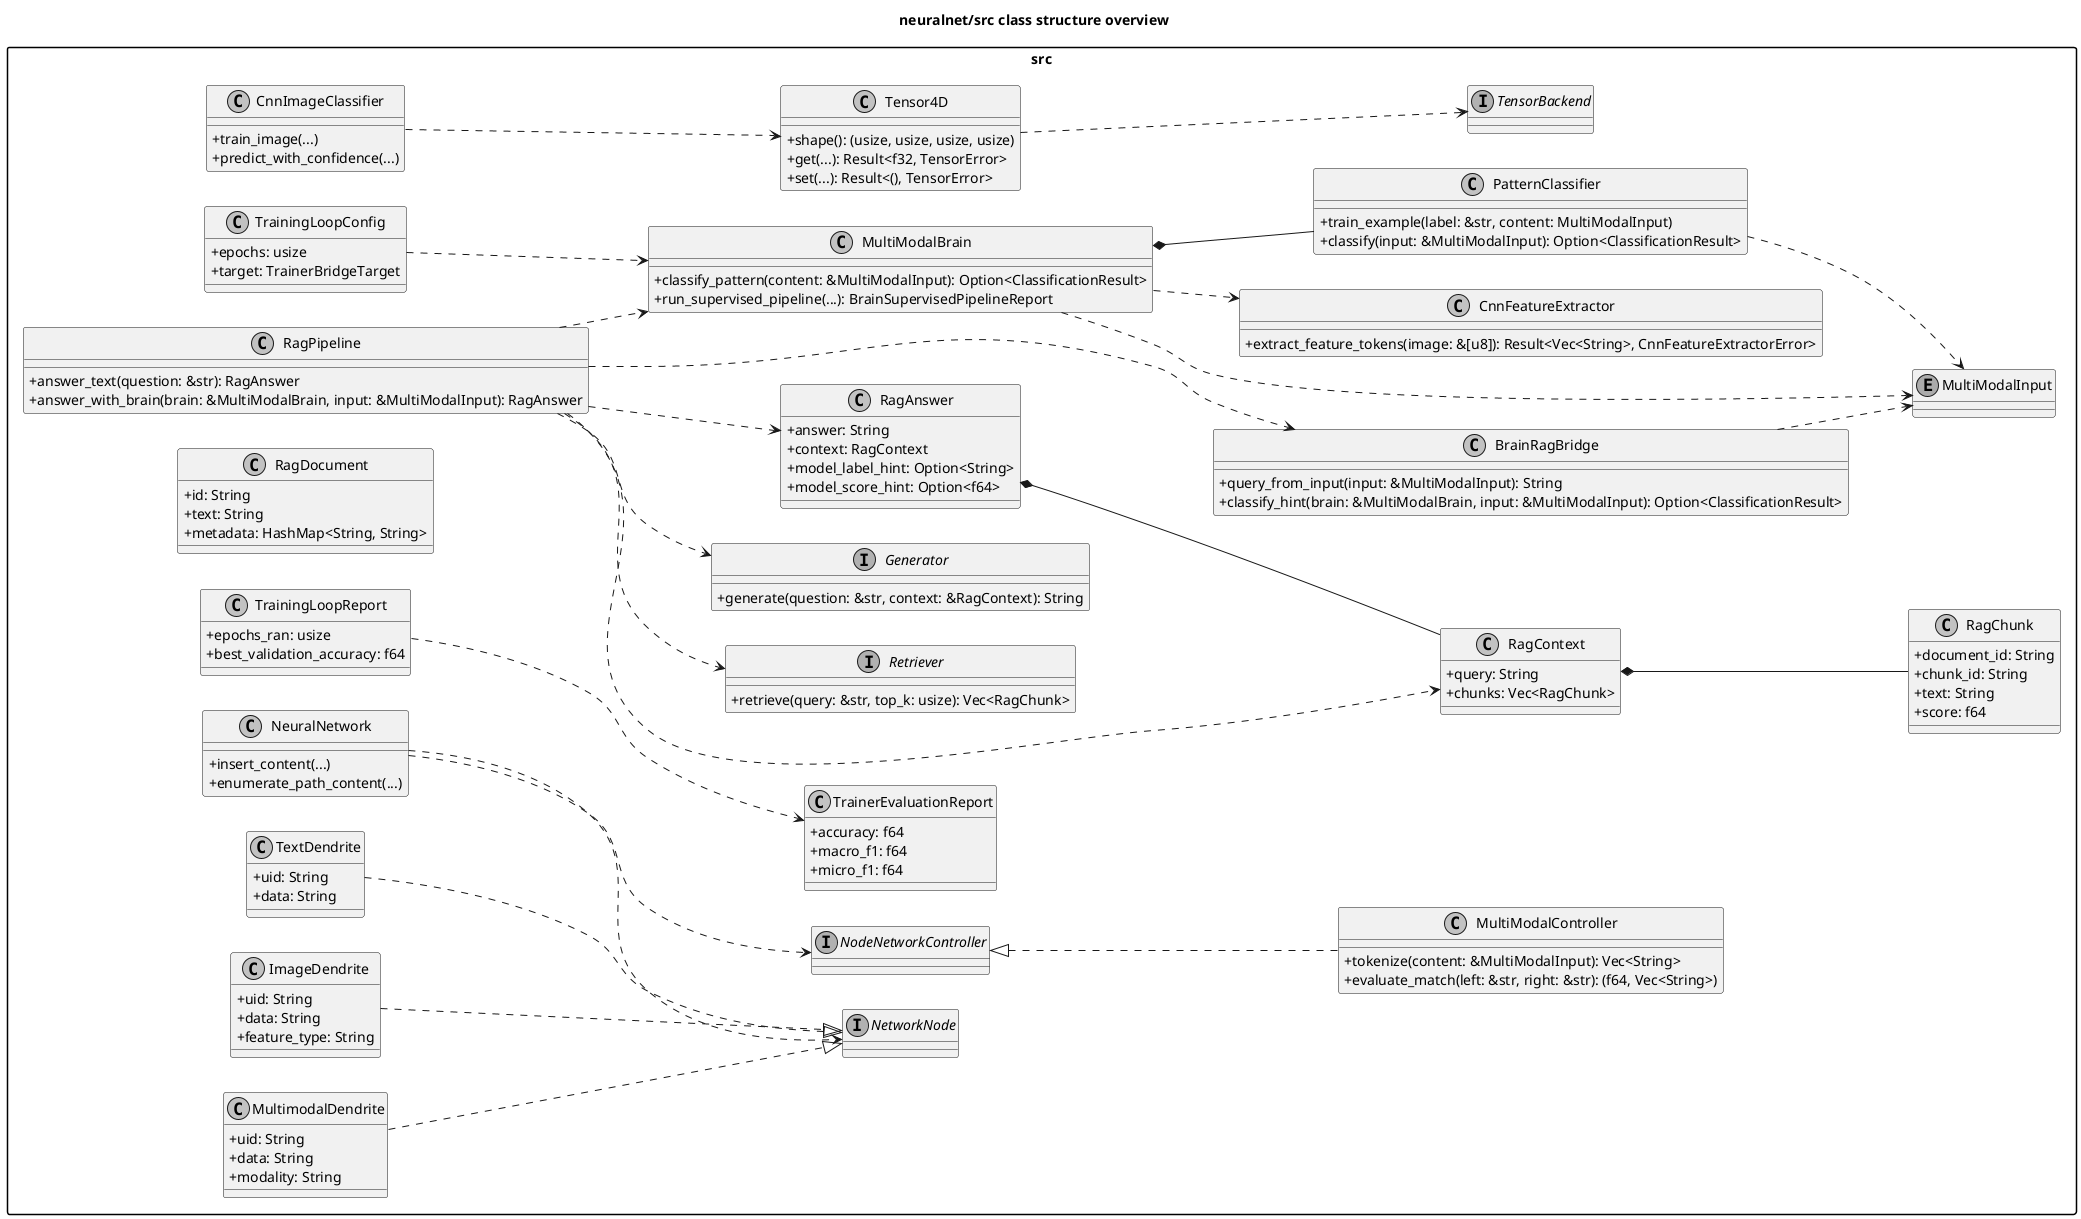
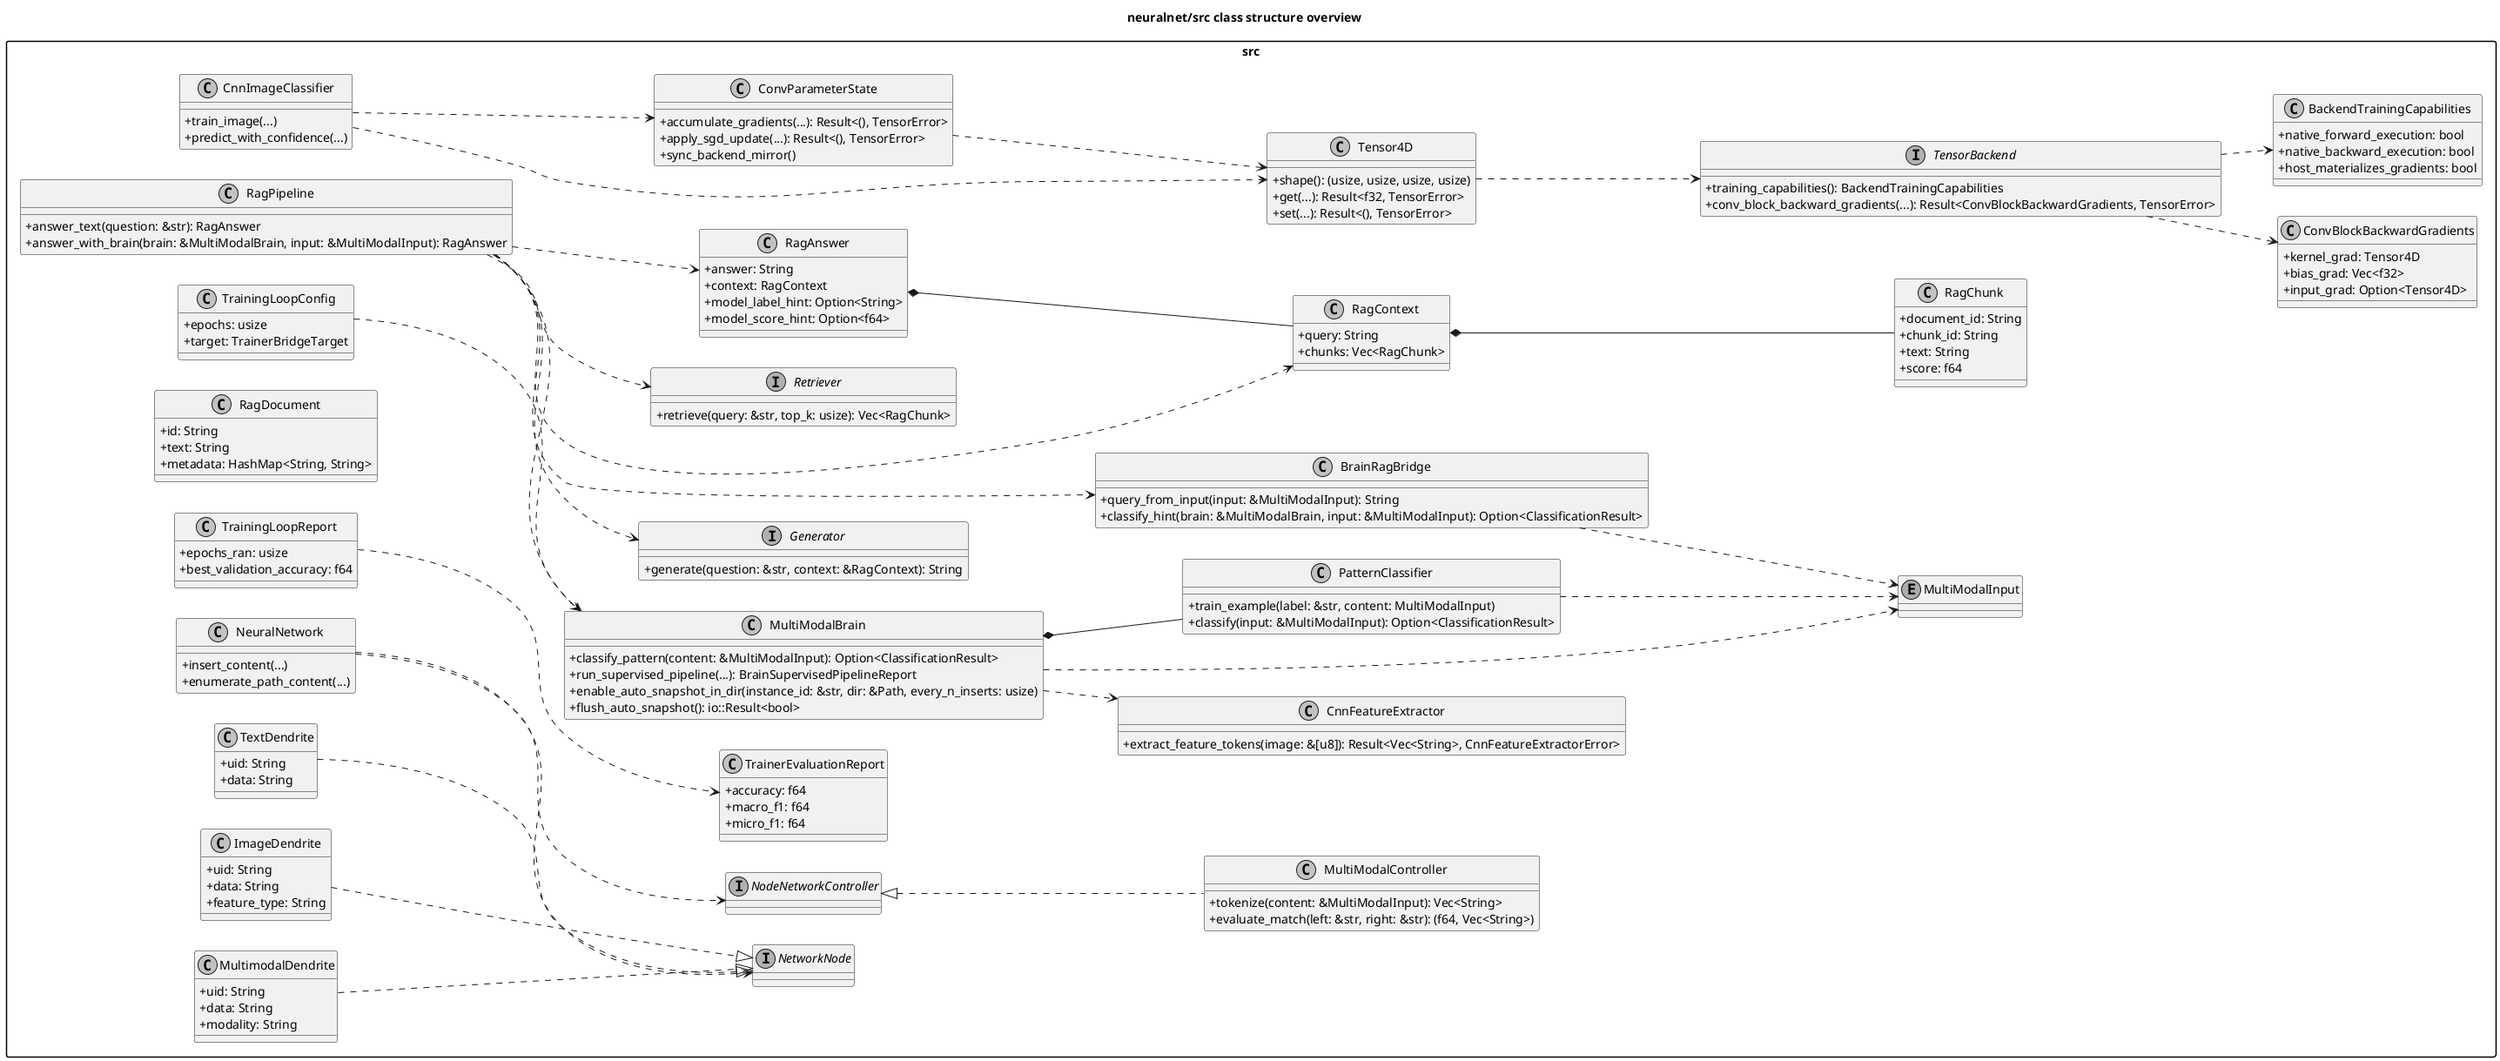
@startuml
left to right direction
skinparam packageStyle rectangle
skinparam shadowing false
skinparam monochrome true
skinparam classAttributeIconSize 0

title neuralnet/src class structure overview

package "src" {
  class MultiModalBrain {
    + classify_pattern(content: &MultiModalInput): Option<ClassificationResult>
    + run_supervised_pipeline(...): BrainSupervisedPipelineReport
+     + enable_auto_snapshot_in_dir(instance_id: &str, dir: &Path, every_n_inserts: usize)
+     + flush_auto_snapshot(): io::Result<bool>
  }

  class NeuralNetwork {
    + insert_content(...)
    + enumerate_path_content(...)
  }

  interface NetworkNode
  interface NodeNetworkController

  class CnnImageClassifier {
    + train_image(...)
    + predict_with_confidence(...)
  }

  class CnnFeatureExtractor {
    + extract_feature_tokens(image: &[u8]): Result<Vec<String>, CnnFeatureExtractorError>
  }

  class PatternClassifier {
    + train_example(label: &str, content: MultiModalInput)
    + classify(input: &MultiModalInput): Option<ClassificationResult>
  }

  class RagPipeline {
    + answer_text(question: &str): RagAnswer
    + answer_with_brain(brain: &MultiModalBrain, input: &MultiModalInput): RagAnswer
  }

  interface Retriever {
    + retrieve(query: &str, top_k: usize): Vec<RagChunk>
  }

  interface Generator {
    + generate(question: &str, context: &RagContext): String
  }

  class BrainRagBridge {
    + query_from_input(input: &MultiModalInput): String
    + classify_hint(brain: &MultiModalBrain, input: &MultiModalInput): Option<ClassificationResult>
  }

  class RagDocument {
    + id: String
    + text: String
    + metadata: HashMap<String, String>
  }

  class RagChunk {
    + document_id: String
    + chunk_id: String
    + text: String
    + score: f64
  }

  class RagContext {
    + query: String
    + chunks: Vec<RagChunk>
  }

  class RagAnswer {
    + answer: String
    + context: RagContext
    + model_label_hint: Option<String>
    + model_score_hint: Option<f64>
  }

  class MultiModalController {
    + tokenize(content: &MultiModalInput): Vec<String>
    + evaluate_match(left: &str, right: &str): (f64, Vec<String>)
  }

  enum MultiModalInput

  class Tensor4D {
    + shape(): (usize, usize, usize, usize)
    + get(...): Result<f32, TensorError>
    + set(...): Result<(), TensorError>
  }

-   interface TensorBackend
+   interface TensorBackend {
+     + training_capabilities(): BackendTrainingCapabilities
+     + conv_block_backward_gradients(...): Result<ConvBlockBackwardGradients, TensorError>
+   }
+ 
+   class ConvBlockBackwardGradients {
+     + kernel_grad: Tensor4D
+     + bias_grad: Vec<f32>
+     + input_grad: Option<Tensor4D>
+   }
+ 
+   class BackendTrainingCapabilities {
+     + native_forward_execution: bool
+     + native_backward_execution: bool
+     + host_materializes_gradients: bool
+   }
+ 
+   class ConvParameterState {
+     + accumulate_gradients(...): Result<(), TensorError>
+     + apply_sgd_update(...): Result<(), TensorError>
+     + sync_backend_mirror()
+   }

  class TrainingLoopConfig {
    + epochs: usize
    + target: TrainerBridgeTarget
  }

  class TrainingLoopReport {
    + epochs_ran: usize
    + best_validation_accuracy: f64
  }

  class TrainerEvaluationReport {
    + accuracy: f64
    + macro_f1: f64
    + micro_f1: f64
  }

  class TextDendrite {
    + uid: String
    + data: String
  }

  class ImageDendrite {
    + uid: String
    + data: String
    + feature_type: String
  }

  class MultimodalDendrite {
    + uid: String
    + data: String
    + modality: String
  }
}

NodeNetworkController <|.. MultiModalController
PatternClassifier ..> MultiModalInput
MultiModalBrain *-- PatternClassifier
MultiModalBrain ..> CnnFeatureExtractor
MultiModalBrain ..> MultiModalInput

RagPipeline ..> Retriever
RagPipeline ..> Generator
RagPipeline ..> RagContext
RagPipeline ..> RagAnswer
RagPipeline ..> BrainRagBridge
RagPipeline ..> MultiModalBrain
BrainRagBridge ..> MultiModalInput
RagContext *-- RagChunk
RagAnswer *-- RagContext

Tensor4D ..> TensorBackend
+ TensorBackend ..> BackendTrainingCapabilities
+ TensorBackend ..> ConvBlockBackwardGradients
+ ConvParameterState ..> Tensor4D

NeuralNetwork ..> NetworkNode
NeuralNetwork ..> NodeNetworkController
MultimodalDendrite ..|> NetworkNode
TextDendrite ..|> NetworkNode
ImageDendrite ..|> NetworkNode

CnnImageClassifier ..> Tensor4D
+ CnnImageClassifier ..> ConvParameterState
TrainingLoopReport ..> TrainerEvaluationReport
TrainingLoopConfig ..> MultiModalBrain
@enduml